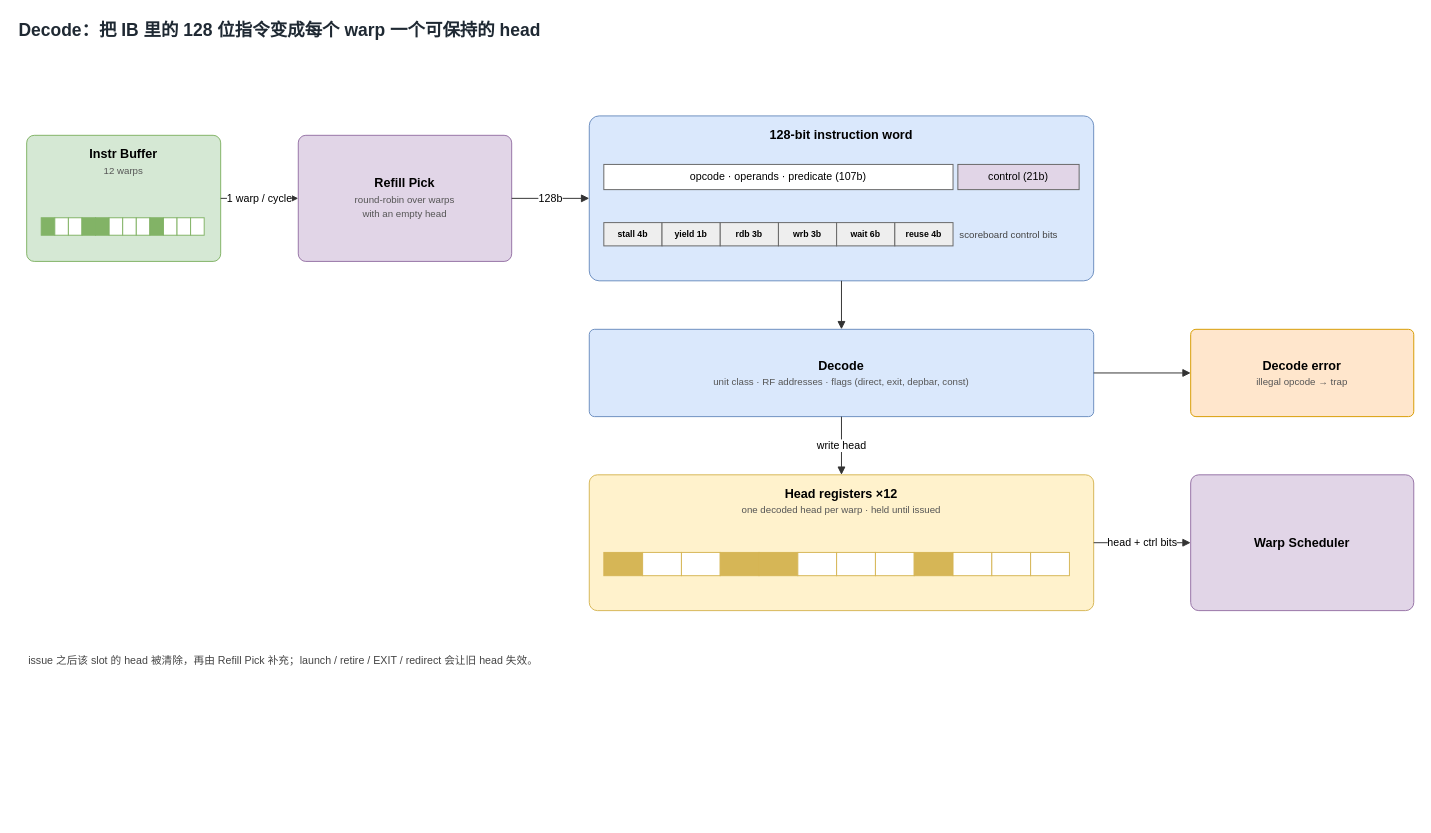
The draw.io diagram projects/currygpu_subcore_ppt169_20261004/sources/01-decode.drawio in WHUDYF/PPT-generate, before the edit. Source tidied: cells renumbered, new cells numbered last; positions are measured from the earlier drawing's top-left corner, leaving out a move shared by most shapes. Both pictures are drawn from the tidied source at 97%, with x=0, y=0 at pixel (16, 16).
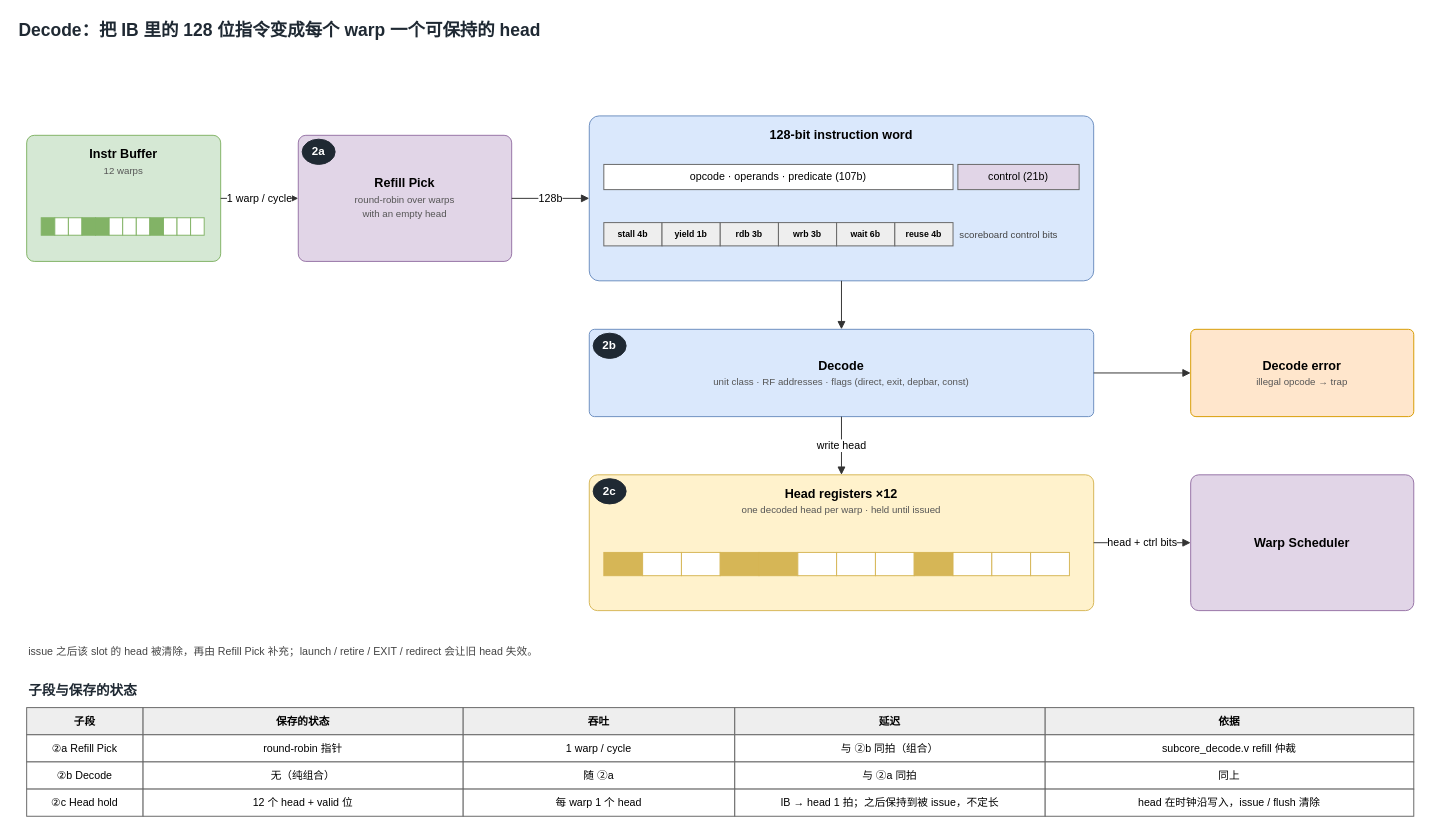
Above is the later version.

Commit message (it also covers changes not shown here):
Add pipeline stage markers to the subcore diagrams

Change to the diagram source:
```diff
@@
+    <mxCell id="50" value="2a" style="ellipse;whiteSpace=wrap;html=1;fillColor=#1F2933;strokeColor=#1F2933;fontColor=#FFFFFF;fontSize=12;fontStyle=1;" parent="1" vertex="1">
+      <mxGeometry x="294" y="126" width="34" height="26" as="geometry" />
+    </mxCell>
+    <mxCell id="51" value="2b" style="ellipse;whiteSpace=wrap;html=1;fillColor=#1F2933;strokeColor=#1F2933;fontColor=#FFFFFF;fontSize=12;fontStyle=1;" parent="1" vertex="1">
+      <mxGeometry x="594" y="326" width="34" height="26" as="geometry" />
+    </mxCell>
+    <mxCell id="52" value="2c" style="ellipse;whiteSpace=wrap;html=1;fillColor=#1F2933;strokeColor=#1F2933;fontColor=#FFFFFF;fontSize=12;fontStyle=1;" parent="1" vertex="1">
+      <mxGeometry x="594" y="476" width="34" height="26" as="geometry" />
+    </mxCell>
     <mxCell id="49" value="issue 之后该 slot 的 head 被清除，再由 Refill Pick 补充；launch / retire / EXIT / redirect 会让旧 head 失效。" style="text;html=1;align=left;verticalAlign=middle;whiteSpace=wrap;fontSize=11;fontColor=#444444;" parent="1" vertex="1">
-      <mxGeometry x="10" y="652" width="1300" height="24" as="geometry" />
+      <mxGeometry x="10" y="642" width="1300" height="24" as="geometry" />
     </mxCell>
+    <mxCell id="53" value="子段与保存的状态" style="text;html=1;align=left;verticalAlign=middle;whiteSpace=wrap;fontSize=14;fontColor=#1F2933;fontStyle=1;" parent="1" vertex="1">
+      <mxGeometry x="10" y="682" width="400" height="24" as="geometry" />
+    </mxCell>
+    <mxCell id="54" value="子段" style="rounded=0;whiteSpace=wrap;html=1;fillColor=#EEEEEE;strokeColor=#666666;fontSize=11;fontStyle=1;" parent="1" vertex="1">
+      <mxGeometry x="10" y="712" width="120" height="28" as="geometry" />
+    </mxCell>
+    <mxCell id="55" value="保存的状态" style="rounded=0;whiteSpace=wrap;html=1;fillColor=#EEEEEE;strokeColor=#666666;fontSize=11;fontStyle=1;" parent="1" vertex="1">
+      <mxGeometry x="130" y="712" width="330" height="28" as="geometry" />
+    </mxCell>
+    <mxCell id="56" value="吞吐" style="rounded=0;whiteSpace=wrap;html=1;fillColor=#EEEEEE;strokeColor=#666666;fontSize=11;fontStyle=1;" parent="1" vertex="1">
+      <mxGeometry x="460" y="712" width="280" height="28" as="geometry" />
+    </mxCell>
+    <mxCell id="57" value="延迟" style="rounded=0;whiteSpace=wrap;html=1;fillColor=#EEEEEE;strokeColor=#666666;fontSize=11;fontStyle=1;" parent="1" vertex="1">
+      <mxGeometry x="740" y="712" width="320" height="28" as="geometry" />
+    </mxCell>
+    <mxCell id="58" value="依据" style="rounded=0;whiteSpace=wrap;html=1;fillColor=#EEEEEE;strokeColor=#666666;fontSize=11;fontStyle=1;" parent="1" vertex="1">
+      <mxGeometry x="1060" y="712" width="380" height="28" as="geometry" />
+    </mxCell>
+    <mxCell id="59" value="②a Refill Pick" style="rounded=0;whiteSpace=wrap;html=1;fillColor=#FFFFFF;strokeColor=#666666;fontSize=11;" parent="1" vertex="1">
+      <mxGeometry x="10" y="740" width="120" height="28" as="geometry" />
+    </mxCell>
+    <mxCell id="60" value="round-robin 指针" style="rounded=0;whiteSpace=wrap;html=1;fillColor=#FFFFFF;strokeColor=#666666;fontSize=11;" parent="1" vertex="1">
+      <mxGeometry x="130" y="740" width="330" height="28" as="geometry" />
+    </mxCell>
+    <mxCell id="61" value="1 warp / cycle" style="rounded=0;whiteSpace=wrap;html=1;fillColor=#FFFFFF;strokeColor=#666666;fontSize=11;" parent="1" vertex="1">
+      <mxGeometry x="460" y="740" width="280" height="28" as="geometry" />
+    </mxCell>
+    <mxCell id="62" value="与 ②b 同拍（组合）" style="rounded=0;whiteSpace=wrap;html=1;fillColor=#FFFFFF;strokeColor=#666666;fontSize=11;" parent="1" vertex="1">
+      <mxGeometry x="740" y="740" width="320" height="28" as="geometry" />
+    </mxCell>
+    <mxCell id="63" value="subcore_decode.v refill 仲裁" style="rounded=0;whiteSpace=wrap;html=1;fillColor=#FFFFFF;strokeColor=#666666;fontSize=11;" parent="1" vertex="1">
+      <mxGeometry x="1060" y="740" width="380" height="28" as="geometry" />
+    </mxCell>
+    <mxCell id="64" value="②b Decode" style="rounded=0;whiteSpace=wrap;html=1;fillColor=#FFFFFF;strokeColor=#666666;fontSize=11;" parent="1" vertex="1">
+      <mxGeometry x="10" y="768" width="120" height="28" as="geometry" />
+    </mxCell>
+    <mxCell id="65" value="无（纯组合）" style="rounded=0;whiteSpace=wrap;html=1;fillColor=#FFFFFF;strokeColor=#666666;fontSize=11;" parent="1" vertex="1">
+      <mxGeometry x="130" y="768" width="330" height="28" as="geometry" />
+    </mxCell>
+    <mxCell id="66" value="随 ②a" style="rounded=0;whiteSpace=wrap;html=1;fillColor=#FFFFFF;strokeColor=#666666;fontSize=11;" parent="1" vertex="1">
+      <mxGeometry x="460" y="768" width="280" height="28" as="geometry" />
+    </mxCell>
+    <mxCell id="67" value="与 ②a 同拍" style="rounded=0;whiteSpace=wrap;html=1;fillColor=#FFFFFF;strokeColor=#666666;fontSize=11;" parent="1" vertex="1">
+      <mxGeometry x="740" y="768" width="320" height="28" as="geometry" />
+    </mxCell>
+    <mxCell id="68" value="同上" style="rounded=0;whiteSpace=wrap;html=1;fillColor=#FFFFFF;strokeColor=#666666;fontSize=11;" parent="1" vertex="1">
+      <mxGeometry x="1060" y="768" width="380" height="28" as="geometry" />
+    </mxCell>
+    <mxCell id="69" value="②c Head hold" style="rounded=0;whiteSpace=wrap;html=1;fillColor=#FFFFFF;strokeColor=#666666;fontSize=11;" parent="1" vertex="1">
+      <mxGeometry x="10" y="796" width="120" height="28" as="geometry" />
+    </mxCell>
+    <mxCell id="70" value="12 个 head + valid 位" style="rounded=0;whiteSpace=wrap;html=1;fillColor=#FFFFFF;strokeColor=#666666;fontSize=11;" parent="1" vertex="1">
+      <mxGeometry x="130" y="796" width="330" height="28" as="geometry" />
+    </mxCell>
+    <mxCell id="71" value="每 warp 1 个 head" style="rounded=0;whiteSpace=wrap;html=1;fillColor=#FFFFFF;strokeColor=#666666;fontSize=11;" parent="1" vertex="1">
+      <mxGeometry x="460" y="796" width="280" height="28" as="geometry" />
+    </mxCell>
+    <mxCell id="72" value="IB → head 1 拍；之后保持到被 issue，不定长" style="rounded=0;whiteSpace=wrap;html=1;fillColor=#FFFFFF;strokeColor=#666666;fontSize=11;" parent="1" vertex="1">
+      <mxGeometry x="740" y="796" width="320" height="28" as="geometry" />
+    </mxCell>
+    <mxCell id="73" value="head 在时钟沿写入，issue / flush 清除" style="rounded=0;whiteSpace=wrap;html=1;fillColor=#FFFFFF;strokeColor=#666666;fontSize=11;" parent="1" vertex="1">
+      <mxGeometry x="1060" y="796" width="380" height="28" as="geometry" />
+    </mxCell>
```
